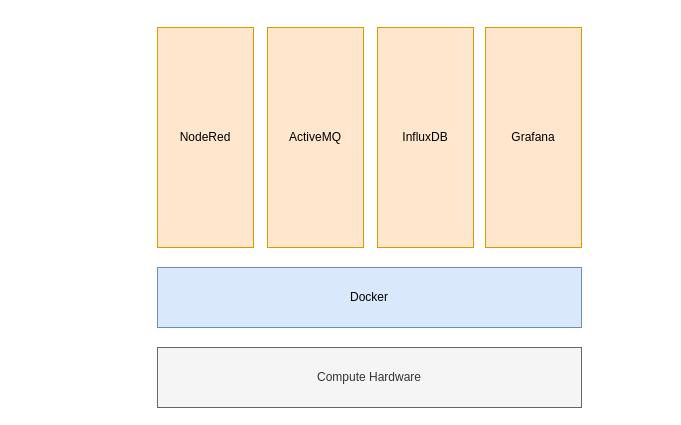
mattdear/temperature-transmitter keeps this draw.io diagram as Docker Diagram/Docker Diagram.drawio. Above is the earlier version. Source tidied: cells renumbered, new cells numbered last; positions are measured from the earlier drawing's top-left corner, leaving out a move shared by most shapes. Both pictures are drawn from the tidied source at 100%, with x=0, y=0 at pixel (157, 27).
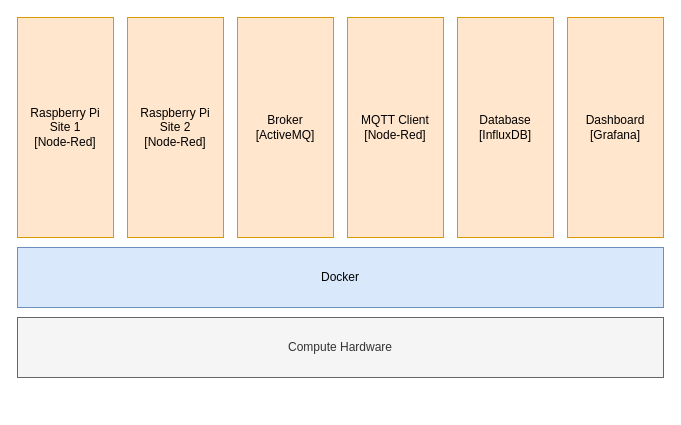
After the change.

Commit message (it also covers changes not shown here):
docs[docker diagram]: update to include full prototype setup

This has been update in line with the work that me and Josh have done so far.

Change to the diagram source:
```diff
@@
 <mxGraphModel>
   <root>
     <mxCell id="0" />
     <mxCell id="1" parent="0" />
     <mxCell id="2" value="Docker" style="rounded=0;whiteSpace=wrap;html=1;fillColor=#dae8fc;strokeColor=#6c8ebf;" parent="1" vertex="1">
-      <mxGeometry y="240" width="424" height="60" as="geometry" />
+      <mxGeometry x="-140" y="220" width="646" height="60" as="geometry" />
     </mxCell>
     <mxCell id="3" value="Compute Hardware" style="rounded=0;whiteSpace=wrap;html=1;fillColor=#f5f5f5;strokeColor=#666666;fontColor=#333333;" parent="1" vertex="1">
-      <mxGeometry y="320" width="424" height="60" as="geometry" />
+      <mxGeometry x="-140" y="290" width="646" height="60" as="geometry" />
     </mxCell>
-    <mxCell id="4" value="NodeRed" style="rounded=0;whiteSpace=wrap;html=1;fillColor=#ffe6cc;strokeColor=#d79b00;" parent="1" vertex="1">
-      <mxGeometry width="96" height="220" as="geometry" />
+    <mxCell id="4" value="Raspberry Pi&lt;br&gt;Site 1&lt;br&gt;[Node-Red]" style="rounded=0;whiteSpace=wrap;html=1;fillColor=#ffe6cc;strokeColor=#d79b00;" parent="1" vertex="1">
+      <mxGeometry x="-140" y="-10" width="96" height="220" as="geometry" />
     </mxCell>
-    <mxCell id="5" value="ActiveMQ" style="rounded=0;whiteSpace=wrap;html=1;fillColor=#ffe6cc;strokeColor=#d79b00;" parent="1" vertex="1">
-      <mxGeometry x="110" width="96" height="220" as="geometry" />
+    <mxCell id="5" value="Broker&lt;br&gt;[ActiveMQ]" style="rounded=0;whiteSpace=wrap;html=1;fillColor=#ffe6cc;strokeColor=#d79b00;" parent="1" vertex="1">
+      <mxGeometry x="80" y="-10" width="96" height="220" as="geometry" />
     </mxCell>
-    <mxCell id="6" value="InfluxDB" style="rounded=0;whiteSpace=wrap;html=1;fillColor=#ffe6cc;strokeColor=#d79b00;" parent="1" vertex="1">
-      <mxGeometry x="220" width="96" height="220" as="geometry" />
+    <mxCell id="6" value="Database&lt;br&gt;[InfluxDB]" style="rounded=0;whiteSpace=wrap;html=1;fillColor=#ffe6cc;strokeColor=#d79b00;" parent="1" vertex="1">
+      <mxGeometry x="300" y="-10" width="96" height="220" as="geometry" />
     </mxCell>
-    <mxCell id="7" value="Grafana" style="rounded=0;whiteSpace=wrap;html=1;fillColor=#ffe6cc;strokeColor=#d79b00;" parent="1" vertex="1">
-      <mxGeometry x="328" width="96" height="220" as="geometry" />
+    <mxCell id="7" value="Dashboard&lt;br&gt;[Grafana]" style="rounded=0;whiteSpace=wrap;html=1;fillColor=#ffe6cc;strokeColor=#d79b00;" parent="1" vertex="1">
+      <mxGeometry x="410" y="-10" width="96" height="220" as="geometry" />
     </mxCell>
+    <mxCell id="8" value="Raspberry Pi&lt;br&gt;Site 2&lt;br&gt;[Node-Red]" style="rounded=0;whiteSpace=wrap;html=1;fillColor=#ffe6cc;strokeColor=#d79b00;" parent="1" vertex="1">
+      <mxGeometry x="-30" y="-10" width="96" height="220" as="geometry" />
+    </mxCell>
+    <mxCell id="9" value="MQTT Client&lt;br&gt;[Node-Red]" style="rounded=0;whiteSpace=wrap;html=1;fillColor=#ffe6cc;strokeColor=#d79b00;" parent="1" vertex="1">
+      <mxGeometry x="190" y="-10" width="96" height="220" as="geometry" />
+    </mxCell>
   </root>
 </mxGraphModel>
```
